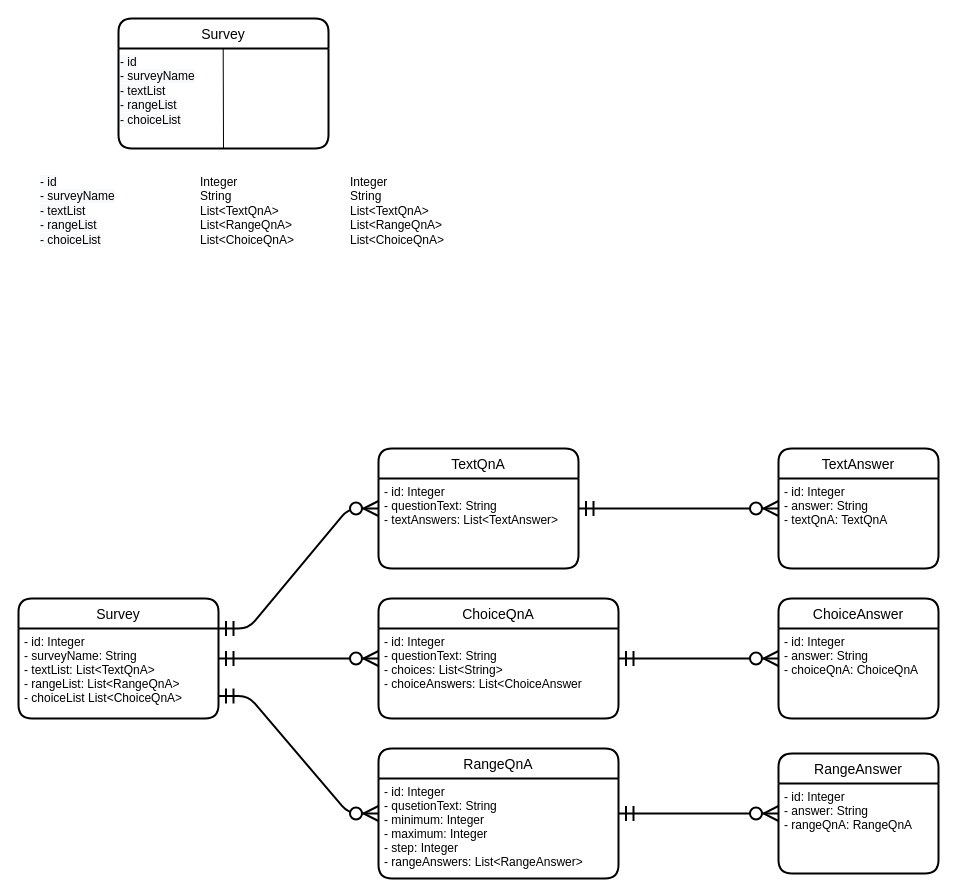
GillesMyny1/SurveyMonkey keeps this draw.io diagram as page "ER Diagram" (6 of 6) of diagrams/SurveyMonkey_diagrams.drawio. Above is the earlier version. Source tidied: cells renumbered, new cells numbered last; positions are measured from the earlier drawing's top-left corner, leaving out a move shared by most shapes. Both pictures are drawn from the tidied source at 100%, with x=0, y=0 at pixel (18, 18).
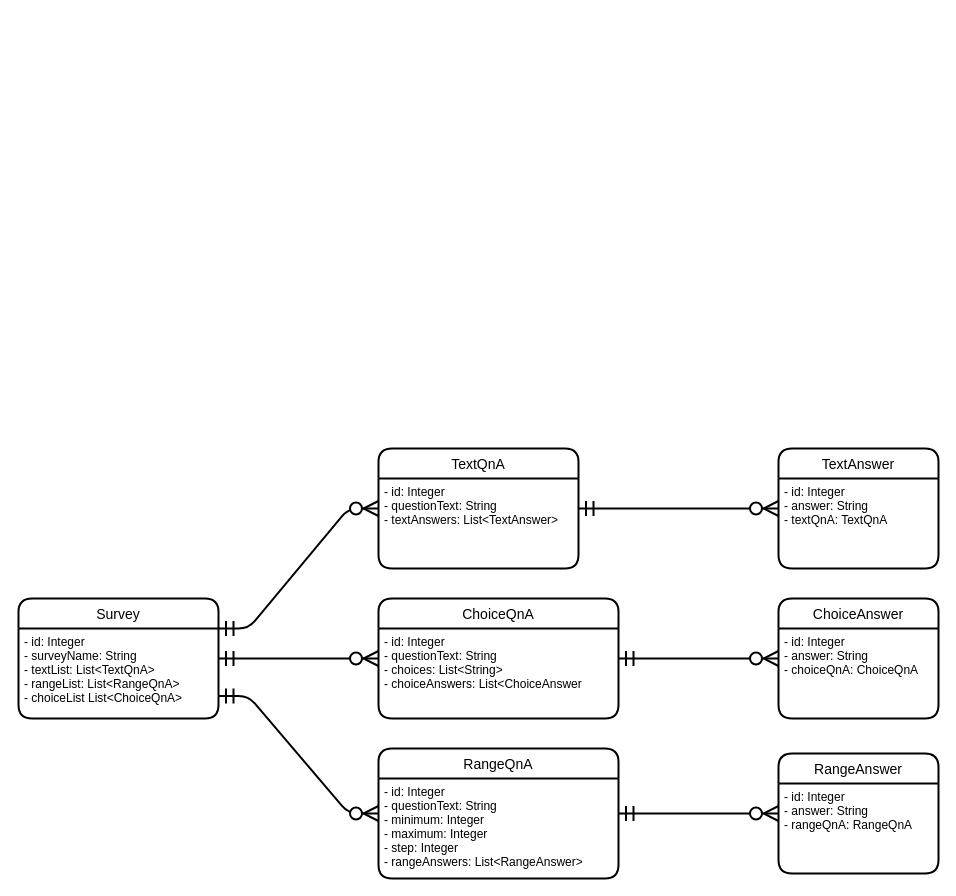
The same diagram, later.

The change refers to these unchanged cells:
```xml
<mxCell id="6" value="RangeQnA" style="swimlane;horizontal=1;startSize=30;rounded=1;fontSize=14;fontStyle=0;strokeWidth=2;shadow=0;dashed=0;align=center;" parent="1" vertex="1">
  <mxGeometry x="360" y="730" width="240" height="130" as="geometry" />
</mxCell>
```

What changed in the source:
```diff
@@
-    <mxCell id="7" value="- id: Integer&#10;- qusetionText: String&#10;- minimum: Integer&#10;- maximum: Integer&#10;- step: Integer&#10;- rangeAnswers: List&lt;RangeAnswer&gt;" style="align=left;strokeColor=none;fillColor=none;spacingLeft=4;fontSize=12;verticalAlign=top;" parent="6" vertex="1">
+    <mxCell id="7" value="- id: Integer&#10;- questionText: String&#10;- minimum: Integer&#10;- maximum: Integer&#10;- step: Integer&#10;- rangeAnswers: List&lt;RangeAnswer&gt;" style="align=left;strokeColor=none;fillColor=none;spacingLeft=4;fontSize=12;verticalAlign=top;" parent="6" vertex="1">
       <mxGeometry y="30" width="240" height="100" as="geometry" />
     </mxCell>
@@
-    <mxCell id="16" value="Survey" style="swimlane;horizontal=1;startSize=30;rounded=1;fontSize=14;fontStyle=0;strokeWidth=2;shadow=0;dashed=0;align=center;" parent="1" vertex="1">
-      <mxGeometry x="100" width="210" height="130" as="geometry" />
-    </mxCell>
-    <mxCell id="17" style="endArrow=none;html=1;rounded=0;entryX=0.5;entryY=0;entryDx=0;entryDy=0;exitX=0.5;exitY=1;exitDx=0;exitDy=0;" parent="16" edge="1" source="16">
-      <mxGeometry relative="1" as="geometry">
-        <mxPoint x="104.7" y="30" as="targetPoint" />
-      </mxGeometry>
-    </mxCell>
-    <mxCell id="18" value="&lt;span style=&quot;color: rgb(0, 0, 0); font-family: Helvetica; font-size: 12px; font-style: normal; font-variant-ligatures: normal; font-variant-caps: normal; font-weight: 400; letter-spacing: normal; orphans: 2; text-align: left; text-indent: 0px; text-transform: none; widows: 2; word-spacing: 0px; -webkit-text-stroke-width: 0px; background-color: rgb(248, 249, 250); text-decoration-thickness: initial; text-decoration-style: initial; text-decoration-color: initial;&quot;&gt;- id&lt;/span&gt;&lt;br style=&quot;color: rgb(0, 0, 0); font-family: Helvetica; font-size: 12px; font-style: normal; font-variant-ligatures: normal; font-variant-caps: normal; font-weight: 400; letter-spacing: normal; orphans: 2; text-align: left; text-indent: 0px; text-transform: none; widows: 2; word-spacing: 0px; -webkit-text-stroke-width: 0px; background-color: rgb(248, 249, 250); text-decoration-thickness: initial; text-decoration-style: initial; text-decoration-color: initial; padding: 0px; margin: 0px;&quot;&gt;&lt;span style=&quot;color: rgb(0, 0, 0); font-family: Helvetica; font-size: 12px; font-style: normal; font-variant-ligatures: normal; font-variant-caps: normal; font-weight: 400; letter-spacing: normal; orphans: 2; text-align: left; text-indent: 0px; text-transform: none; widows: 2; word-spacing: 0px; -webkit-text-stroke-width: 0px; background-color: rgb(248, 249, 250); text-decoration-thickness: initial; text-decoration-style: initial; text-decoration-color: initial;&quot;&gt;- surveyName&lt;/span&gt;&lt;br style=&quot;color: rgb(0, 0, 0); font-family: Helvetica; font-size: 12px; font-style: normal; font-variant-ligatures: normal; font-variant-caps: normal; font-weight: 400; letter-spacing: normal; orphans: 2; text-align: left; text-indent: 0px; text-transform: none; widows: 2; word-spacing: 0px; -webkit-text-stroke-width: 0px; background-color: rgb(248, 249, 250); text-decoration-thickness: initial; text-decoration-style: initial; text-decoration-color: initial; padding: 0px; margin: 0px;&quot;&gt;&lt;span style=&quot;color: rgb(0, 0, 0); font-family: Helvetica; font-size: 12px; font-style: normal; font-variant-ligatures: normal; font-variant-caps: normal; font-weight: 400; letter-spacing: normal; orphans: 2; text-align: left; text-indent: 0px; text-transform: none; widows: 2; word-spacing: 0px; -webkit-text-stroke-width: 0px; background-color: rgb(248, 249, 250); text-decoration-thickness: initial; text-decoration-style: initial; text-decoration-color: initial;&quot;&gt;- textList&lt;/span&gt;&lt;br style=&quot;color: rgb(0, 0, 0); font-family: Helvetica; font-size: 12px; font-style: normal; font-variant-ligatures: normal; font-variant-caps: normal; font-weight: 400; letter-spacing: normal; orphans: 2; text-align: left; text-indent: 0px; text-transform: none; widows: 2; word-spacing: 0px; -webkit-text-stroke-width: 0px; background-color: rgb(248, 249, 250); text-decoration-thickness: initial; text-decoration-style: initial; text-decoration-color: initial; padding: 0px; margin: 0px;&quot;&gt;&lt;span style=&quot;color: rgb(0, 0, 0); font-family: Helvetica; font-size: 12px; font-style: normal; font-variant-ligatures: normal; font-variant-caps: normal; font-weight: 400; letter-spacing: normal; orphans: 2; text-align: left; text-indent: 0px; text-transform: none; widows: 2; word-spacing: 0px; -webkit-text-stroke-width: 0px; background-color: rgb(248, 249, 250); text-decoration-thickness: initial; text-decoration-style: initial; text-decoration-color: initial;&quot;&gt;- rangeList&lt;/span&gt;&lt;br style=&quot;color: rgb(0, 0, 0); font-family: Helvetica; font-size: 12px; font-style: normal; font-variant-ligatures: normal; font-variant-caps: normal; font-weight: 400; letter-spacing: normal; orphans: 2; text-align: left; text-indent: 0px; text-transform: none; widows: 2; word-spacing: 0px; -webkit-text-stroke-width: 0px; background-color: rgb(248, 249, 250); text-decoration-thickness: initial; text-decoration-style: initial; text-decoration-color: initial; padding: 0px; margin: 0px;&quot;&gt;&lt;span style=&quot;color: rgb(0, 0, 0); font-family: Helvetica; font-size: 12px; font-style: normal; font-variant-ligatures: normal; font-variant-caps: normal; font-weight: 400; letter-spacing: normal; orphans: 2; text-align: left; text-indent: 0px; text-transform: none; widows: 2; word-spacing: 0px; -webkit-text-stroke-width: 0px; background-color: rgb(248, 249, 250); text-decoration-thickness: initial; text-decoration-style: initial; text-decoration-color: initial;&quot;&gt;- choiceList&lt;/span&gt;" style="text;whiteSpace=wrap;html=1;" parent="16" vertex="1">
-      <mxGeometry y="30" width="210" height="100" as="geometry" />
-    </mxCell>
-    <mxCell id="19" value="&lt;span style=&quot;&quot;&gt;Integer&lt;/span&gt;&lt;br style=&quot;&quot;&gt;&lt;span style=&quot;&quot;&gt;String&lt;/span&gt;&lt;br style=&quot;&quot;&gt;&lt;span style=&quot;&quot;&gt;List&amp;lt;TextQnA&amp;gt;&lt;/span&gt;&lt;br style=&quot;&quot;&gt;&lt;span style=&quot;&quot;&gt;List&amp;lt;RangeQnA&amp;gt;&lt;/span&gt;&lt;br style=&quot;&quot;&gt;&lt;span style=&quot;&quot;&gt;List&amp;lt;ChoiceQnA&amp;gt;&lt;/span&gt;" style="text;whiteSpace=wrap;html=1;" parent="1" vertex="1">
-      <mxGeometry x="180" y="150" width="110" height="100" as="geometry" />
-    </mxCell>
-    <mxCell id="20" value="&lt;span style=&quot;color: rgb(0, 0, 0); font-family: Helvetica; font-size: 12px; font-style: normal; font-variant-ligatures: normal; font-variant-caps: normal; font-weight: 400; letter-spacing: normal; orphans: 2; text-align: left; text-indent: 0px; text-transform: none; widows: 2; word-spacing: 0px; -webkit-text-stroke-width: 0px; background-color: rgb(248, 249, 250); text-decoration-thickness: initial; text-decoration-style: initial; text-decoration-color: initial;&quot;&gt;- id&lt;/span&gt;&lt;br style=&quot;color: rgb(0, 0, 0); font-family: Helvetica; font-size: 12px; font-style: normal; font-variant-ligatures: normal; font-variant-caps: normal; font-weight: 400; letter-spacing: normal; orphans: 2; text-align: left; text-indent: 0px; text-transform: none; widows: 2; word-spacing: 0px; -webkit-text-stroke-width: 0px; background-color: rgb(248, 249, 250); text-decoration-thickness: initial; text-decoration-style: initial; text-decoration-color: initial; padding: 0px; margin: 0px;&quot;&gt;&lt;span style=&quot;color: rgb(0, 0, 0); font-family: Helvetica; font-size: 12px; font-style: normal; font-variant-ligatures: normal; font-variant-caps: normal; font-weight: 400; letter-spacing: normal; orphans: 2; text-align: left; text-indent: 0px; text-transform: none; widows: 2; word-spacing: 0px; -webkit-text-stroke-width: 0px; background-color: rgb(248, 249, 250); text-decoration-thickness: initial; text-decoration-style: initial; text-decoration-color: initial;&quot;&gt;- surveyName&lt;/span&gt;&lt;br style=&quot;color: rgb(0, 0, 0); font-family: Helvetica; font-size: 12px; font-style: normal; font-variant-ligatures: normal; font-variant-caps: normal; font-weight: 400; letter-spacing: normal; orphans: 2; text-align: left; text-indent: 0px; text-transform: none; widows: 2; word-spacing: 0px; -webkit-text-stroke-width: 0px; background-color: rgb(248, 249, 250); text-decoration-thickness: initial; text-decoration-style: initial; text-decoration-color: initial; padding: 0px; margin: 0px;&quot;&gt;&lt;span style=&quot;color: rgb(0, 0, 0); font-family: Helvetica; font-size: 12px; font-style: normal; font-variant-ligatures: normal; font-variant-caps: normal; font-weight: 400; letter-spacing: normal; orphans: 2; text-align: left; text-indent: 0px; text-transform: none; widows: 2; word-spacing: 0px; -webkit-text-stroke-width: 0px; background-color: rgb(248, 249, 250); text-decoration-thickness: initial; text-decoration-style: initial; text-decoration-color: initial;&quot;&gt;- textList&lt;/span&gt;&lt;br style=&quot;color: rgb(0, 0, 0); font-family: Helvetica; font-size: 12px; font-style: normal; font-variant-ligatures: normal; font-variant-caps: normal; font-weight: 400; letter-spacing: normal; orphans: 2; text-align: left; text-indent: 0px; text-transform: none; widows: 2; word-spacing: 0px; -webkit-text-stroke-width: 0px; background-color: rgb(248, 249, 250); text-decoration-thickness: initial; text-decoration-style: initial; text-decoration-color: initial; padding: 0px; margin: 0px;&quot;&gt;&lt;span style=&quot;color: rgb(0, 0, 0); font-family: Helvetica; font-size: 12px; font-style: normal; font-variant-ligatures: normal; font-variant-caps: normal; font-weight: 400; letter-spacing: normal; orphans: 2; text-align: left; text-indent: 0px; text-transform: none; widows: 2; word-spacing: 0px; -webkit-text-stroke-width: 0px; background-color: rgb(248, 249, 250); text-decoration-thickness: initial; text-decoration-style: initial; text-decoration-color: initial;&quot;&gt;- rangeList&lt;/span&gt;&lt;br style=&quot;color: rgb(0, 0, 0); font-family: Helvetica; font-size: 12px; font-style: normal; font-variant-ligatures: normal; font-variant-caps: normal; font-weight: 400; letter-spacing: normal; orphans: 2; text-align: left; text-indent: 0px; text-transform: none; widows: 2; word-spacing: 0px; -webkit-text-stroke-width: 0px; background-color: rgb(248, 249, 250); text-decoration-thickness: initial; text-decoration-style: initial; text-decoration-color: initial; padding: 0px; margin: 0px;&quot;&gt;&lt;span style=&quot;color: rgb(0, 0, 0); font-family: Helvetica; font-size: 12px; font-style: normal; font-variant-ligatures: normal; font-variant-caps: normal; font-weight: 400; letter-spacing: normal; orphans: 2; text-align: left; text-indent: 0px; text-transform: none; widows: 2; word-spacing: 0px; -webkit-text-stroke-width: 0px; background-color: rgb(248, 249, 250); text-decoration-thickness: initial; text-decoration-style: initial; text-decoration-color: initial;&quot;&gt;- choiceList&lt;/span&gt;" style="text;whiteSpace=wrap;html=1;" parent="1" vertex="1">
-      <mxGeometry x="20" y="150" width="110" height="100" as="geometry" />
-    </mxCell>
-    <mxCell id="21" value="&lt;span style=&quot;&quot;&gt;Integer&lt;/span&gt;&lt;br style=&quot;&quot;&gt;&lt;span style=&quot;&quot;&gt;String&lt;/span&gt;&lt;br style=&quot;&quot;&gt;&lt;span style=&quot;&quot;&gt;List&amp;lt;TextQnA&amp;gt;&lt;/span&gt;&lt;br style=&quot;&quot;&gt;&lt;span style=&quot;&quot;&gt;List&amp;lt;RangeQnA&amp;gt;&lt;/span&gt;&lt;br style=&quot;&quot;&gt;&lt;span style=&quot;&quot;&gt;List&amp;lt;ChoiceQnA&amp;gt;&lt;/span&gt;" style="text;whiteSpace=wrap;html=1;" parent="1" vertex="1">
-      <mxGeometry x="330" y="150" width="210" as="geometry" />
-    </mxCell>
```
